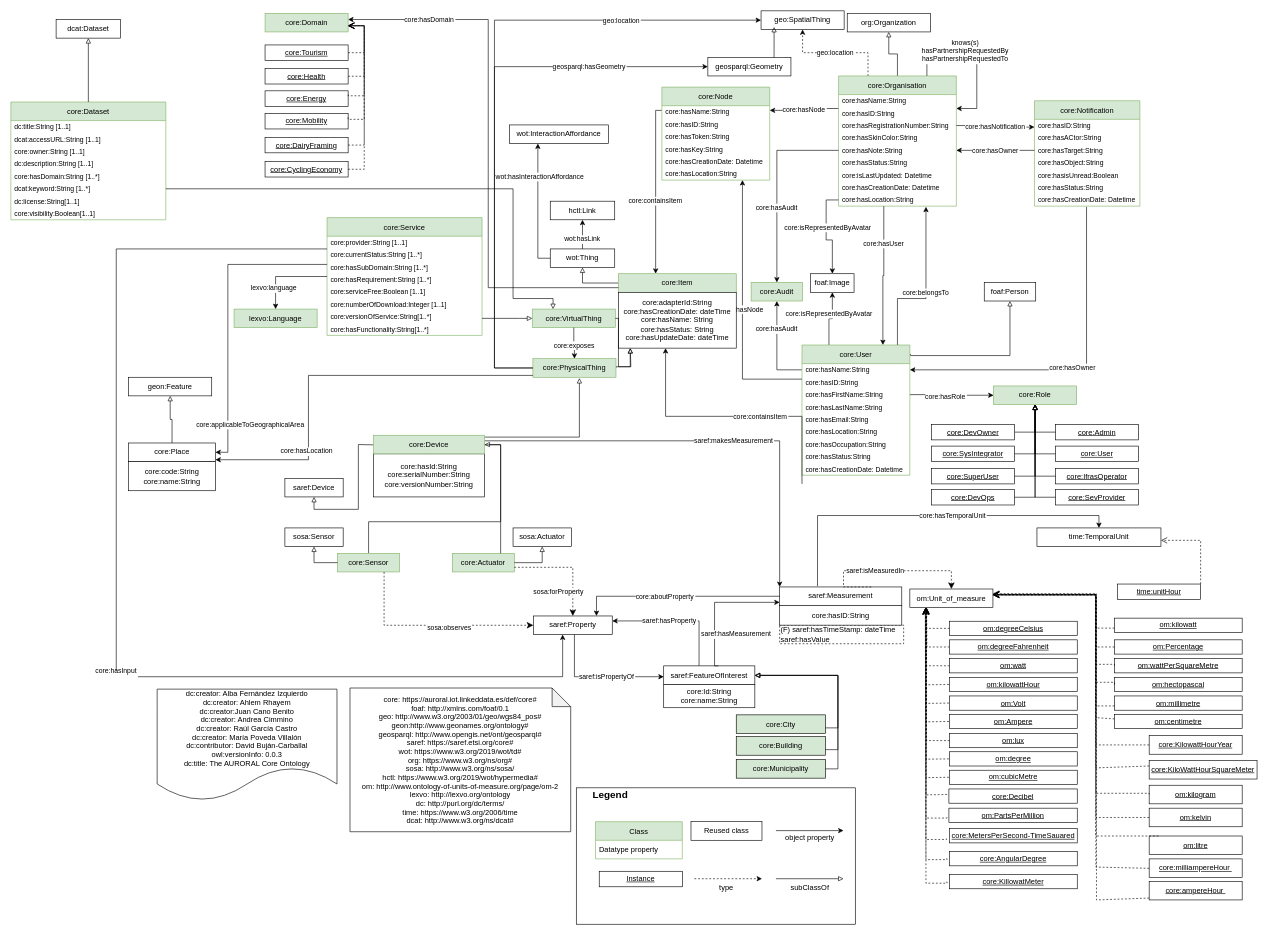
Earlier version of the draw.io diagram page "V2" (1 of 2) of diagrams/core-dataset.drawio (dbujan/auroral-core-ontology-v2). Source tidied: cells renumbered, new cells numbered last; positions are measured from the earlier drawing's top-left corner, leaving out a move shared by most shapes. Both pictures are drawn from the tidied source at 62%, with x=0, y=0 at pixel (11, 11).
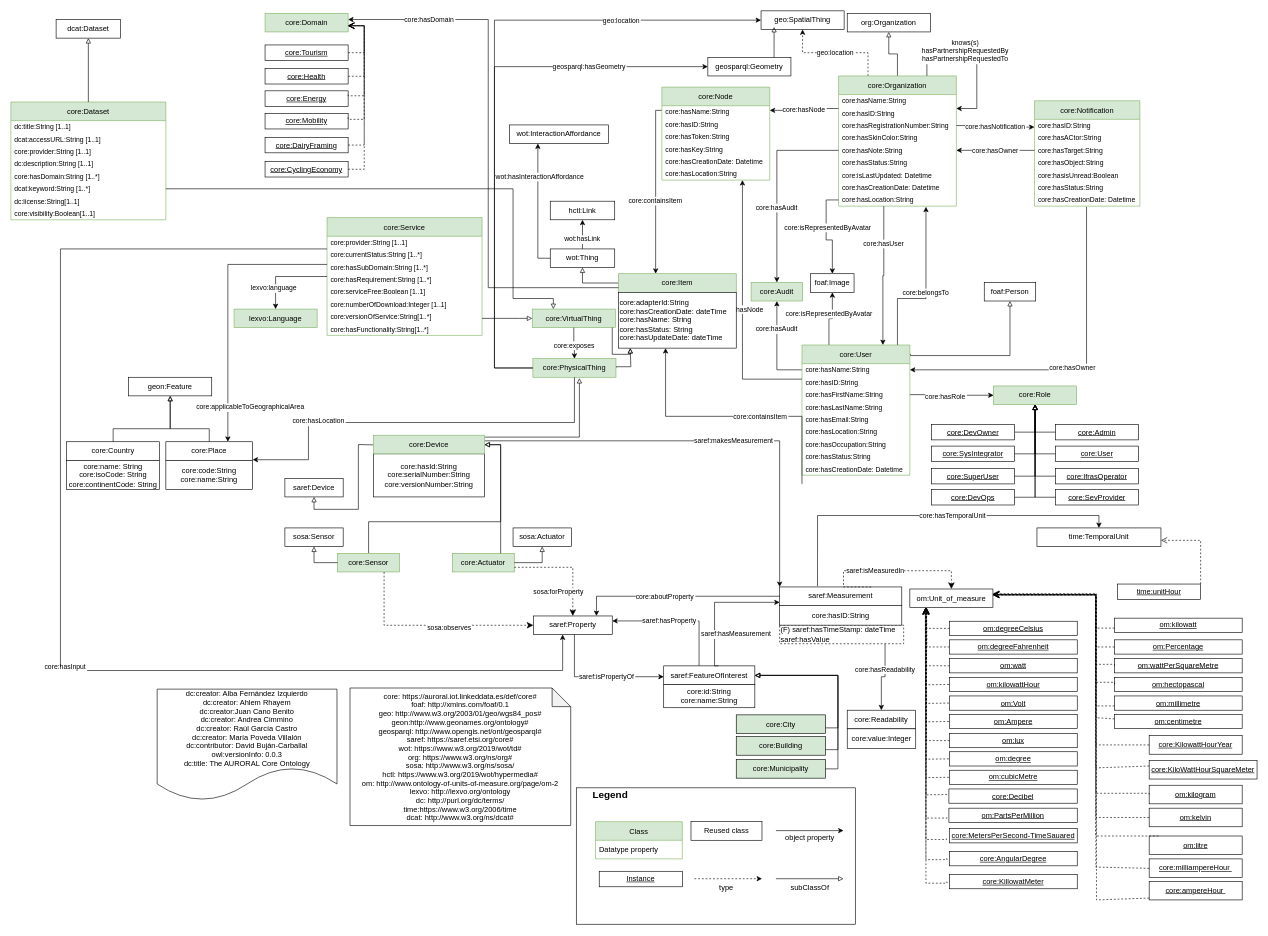
Above is the later version.

Commit message (it also covers changes not shown here):
Updated core-dataset files

Unchanged cells that the change refers to:
```xml
<mxCell id="105" value="core:Sensor" style="rounded=0;whiteSpace=wrap;html=1;fillColor=#d5e8d4;strokeColor=#82b366;" parent="1" vertex="1">
  <mxGeometry x="527" y="875" width="100" height="30" as="geometry" />
</mxCell>
<mxCell id="112" value="saref:Property" style="rounded=0;whiteSpace=wrap;html=1;points=[[0.1,0],[0.2,0],[0.3,0],[0.4,0],[0.5,0],[0.6,0],[0.7,0],[0.8,0],[0.9,0],[0,0.1],[0,0.3],[0,0.5],[0,0.7],[0,0.9],[0.1,1],[0.2,1],[0.3,1],[0.4,1],[0.5,1],[0.6,1],[0.7,1],[0.8,1],[0.9,1],[1,0.1],[1,0.3],[1,0.5],[1,0.7],[1,0.9]];" parent="1" vertex="1">
  <mxGeometry x="842.8" y="976" width="127.2" height="30" as="geometry" />
</mxCell>
<mxCell id="121" value="(F) saref:hasTimeStamp: dateTime&lt;br&gt;saref:hasValue" style="rounded=0;whiteSpace=wrap;html=1;snapToPoint=1;points=[[0.1,0],[0.2,0],[0.3,0],[0.4,0],[0.5,0],[0.6,0],[0.7,0],[0.8,0],[0.9,0],[0,0.1],[0,0.3],[0,0.5],[0,0.7],[0,0.9],[0.1,1],[0.2,1],[0.3,1],[0.4,1],[0.5,1],[0.6,1],[0.7,1],[0.8,1],[0.9,1],[1,0.1],[1,0.3],[1,0.5],[1,0.7],[1,0.9]];dashed=1;align=left;" parent="1" vertex="1">
  <mxGeometry x="1240" y="990.8" width="200" height="30" as="geometry" />
</mxCell>
<mxCell id="152" value="core:Service" style="swimlane;fontStyle=0;horizontal=1;startSize=30;fillColor=#d5e8d4;strokeColor=#82b366;" parent="1" vertex="1">
  <mxGeometry x="510" y="333.5" width="250" height="190" as="geometry" />
</mxCell>
<mxCell id="161" value="core:VirtualThing" style="rounded=0;whiteSpace=wrap;html=1;fillColor=#d5e8d4;strokeColor=#82b366;" parent="1" vertex="1">
  <mxGeometry x="841" y="481" width="134" height="30" as="geometry" />
</mxCell>
<mxCell id="162" value="core:PhysicalThing" style="rounded=0;whiteSpace=wrap;html=1;fillColor=#d5e8d4;strokeColor=#82b366;" parent="1" vertex="1">
  <mxGeometry x="842" y="561" width="134" height="30" as="geometry" />
</mxCell>
<mxCell id="171" value="core:hasId:String&lt;br&gt;core:serialNumber:String&lt;br&gt;core:versionNumber:String" style="rounded=0;whiteSpace=wrap;html=1;snapToPoint=1;points=[[0.1,0],[0.2,0],[0.3,0],[0.4,0],[0.5,0],[0.6,0],[0.7,0],[0.8,0],[0.9,0],[0,0.1],[0,0.3],[0,0.5],[0,0.7],[0,0.9],[0.1,1],[0.2,1],[0.3,1],[0.4,1],[0.5,1],[0.6,1],[0.7,1],[0.8,1],[0.9,1],[1,0.1],[1,0.3],[1,0.5],[1,0.7],[1,0.9]];" parent="1" vertex="1">
  <mxGeometry x="585" y="714.5" width="179" height="69.5" as="geometry" />
</mxCell>
<mxCell id="172" value="core:Device" style="rounded=0;whiteSpace=wrap;html=1;snapToPoint=1;points=[[0.1,0],[0.2,0],[0.3,0],[0.4,0],[0.5,0],[0.6,0],[0.7,0],[0.8,0],[0.9,0],[0,0.1],[0,0.3],[0,0.5],[0,0.7],[0,0.9],[0.1,1],[0.2,1],[0.3,1],[0.4,1],[0.5,1],[0.6,1],[0.7,1],[0.8,1],[0.9,1],[1,0.1],[1,0.3],[1,0.5],[1,0.7],[1,0.9]];fillColor=#d5e8d4;strokeColor=#82b366;" parent="1" vertex="1">
  <mxGeometry x="585" y="684.5" width="179" height="30" as="geometry" />
</mxCell>
<mxCell id="174" value="geon:Feature" style="rounded=0;whiteSpace=wrap;html=1;" parent="1" vertex="1">
  <mxGeometry x="190" y="591" width="134" height="30" as="geometry" />
</mxCell>
<mxCell id="243" value="core:Dataset" style="swimlane;fontStyle=0;horizontal=1;startSize=30;fillColor=#d5e8d4;strokeColor=#82b366;" parent="1" vertex="1">
  <mxGeometry y="147" width="250" height="190" as="geometry" />
</mxCell>
```

Diff of the diagram source:
```diff
@@
-    <mxCell id="5" value="core: https://auroral.iot.linkeddata.es/def/core#&#10;foaf: http://xmlns.com/foaf/0.1&#10;geo: http://www.w3.org/2003/01/geo/wgs84_pos#&#10;geon:http://www.geonames.org/ontology#&#10;geosparql: http://www.opengis.net/ont/geosparql#&#10;saref: https://saref.etsi.org/core#&#10;wot: https://www.w3.org/2019/wot/td#&#10;org: https://www.w3.org/ns/org#&#10;sosa: http://www.w3.org/ns/sosa/&#10;hctl: https://www.w3.org/2019/wot/hypermedia#&#10;om: http://www.ontology-of-units-of-measure.org/page/om-2&#10;lexvo: http://lexvo.org/ontology&#10;dc: http://purl.org/dc/terms/&#10;time: https://www.w3.org/2006/time&#10;dcat: http://www.w3.org/ns/dcat#" style="shape=note;backgroundOutline=1;darkOpacity=0.05;" parent="1" vertex="1">
-      <mxGeometry x="547" y="1092.2" width="356" height="231.8" as="geometry" />
+    <mxCell id="5" value="core: https://auroral.iot.linkeddata.es/def/core#&#10;foaf: http://xmlns.com/foaf/0.1&#10;geo: http://www.w3.org/2003/01/geo/wgs84_pos#&#10;geon:http://www.geonames.org/ontology#&#10;geosparql: http://www.opengis.net/ont/geosparql#&#10;saref: https://saref.etsi.org/core#&#10;wot: https://www.w3.org/2019/wot/td#&#10;org: https://www.w3.org/ns/org#&#10;sosa: http://www.w3.org/ns/sosa/&#10;hctl: https://www.w3.org/2019/wot/hypermedia#&#10;om: http://www.ontology-of-units-of-measure.org/page/om-2&#10;lexvo: http://lexvo.org/ontology&#10;dc: http://purl.org/dc/terms/&#10;time:https://www.w3.org/2006/time&#10;dcat: http://www.w3.org/ns/dcat#" style="shape=note;backgroundOutline=1;darkOpacity=0.05;" parent="1" vertex="1">
+      <mxGeometry x="547" y="1092.2" width="356" height="221.8" as="geometry" />
     </mxCell>
@@
-    <mxCell id="9" value="core:Organisation" style="swimlane;fontStyle=0;horizontal=1;startSize=30;fillColor=#d5e8d4;strokeColor=#82b366;" parent="1" vertex="1">
+    <mxCell id="9" value="core:Organization" style="swimlane;fontStyle=0;horizontal=1;startSize=30;fillColor=#d5e8d4;strokeColor=#82b366;" parent="1" vertex="1">
       <mxGeometry x="1335" y="105" width="190" height="210" as="geometry" />
     </mxCell>
@@
-    <mxCell id="104" style="edgeStyle=orthogonalEdgeStyle;rounded=0;jettySize=auto;html=1;exitX=0.5;exitY=0;exitDx=0;exitDy=0;fontSize=11;endArrow=block;endFill=0;entryX=0.5;entryY=1;entryDx=0;entryDy=0;" parent="1" edge="1" source="105" target="171">
+    <mxCell id="104" style="edgeStyle=orthogonalEdgeStyle;rounded=0;jettySize=auto;html=1;exitX=0.5;exitY=0;exitDx=0;exitDy=0;fontSize=11;endArrow=block;endFill=0;" parent="1" edge="1" source="105" target="172">
       <mxGeometry relative="1" as="geometry">
         <Array as="points">
           <mxPoint x="577" y="824" />
           <mxPoint x="790" y="824" />
           <mxPoint x="790" y="700" />
-          <mxPoint x="675" y="700" />
         </Array>
       </mxGeometry>
     </mxCell>
@@
+    <mxCell id="255" style="edgeStyle=orthogonalEdgeStyle;rounded=0;jettySize=auto;html=1;exitX=0.85;exitY=0.842;exitDx=0;exitDy=0;exitPerimeter=0;" parent="1" edge="1" source="121" target="257">
+      <mxGeometry relative="1" as="geometry">
+        <Array as="points">
+          <mxPoint x="1410" y="1074" />
+          <mxPoint x="1404" y="1074" />
+        </Array>
+      </mxGeometry>
+    </mxCell>
+    <mxCell id="256" value="core:hasReadability" style="edgeLabel;html=1;align=center;verticalAlign=middle;" parent="255" vertex="1">
+      <mxGeometry x="-0.22" y="-1" relative="1" as="geometry" />
+    </mxCell>
@@
     <mxCell id="166" value="core:hasInput&#10;" style="edgeStyle=orthogonalEdgeStyle;rounded=0;jettySize=auto;fontSize=11;endArrow=classic;endFill=1;" parent="1" edge="1" source="152" target="112">
       <mxGeometry x="0.13" relative="1" as="geometry">
         <Array as="points">
-          <mxPoint x="170" y="384" />
-          <mxPoint x="170" y="1074" />
-          <mxPoint x="890" y="1074" />
+          <mxPoint x="80" y="384" />
+          <mxPoint x="80" y="1064" />
+          <mxPoint x="890" y="1064" />
         </Array>
       </mxGeometry>
     </mxCell>
@@
     <mxCell id="177" value="core:Place" style="rounded=0;whiteSpace=wrap;html=1;" parent="1" vertex="1">
-      <mxGeometry x="190" y="697" width="140" height="30" as="geometry" />
+      <mxGeometry x="250" y="695" width="140" height="30" as="geometry" />
     </mxCell>
     <mxCell id="178" style="edgeStyle=orthogonalEdgeStyle;rounded=0;jettySize=auto;html=1;exitX=0.5;exitY=0;exitDx=0;exitDy=0;fontSize=11;endArrow=block;endFill=0;" parent="1" edge="1" source="177" target="174">
-      <mxGeometry relative="1" as="geometry" />
+      <mxGeometry relative="1" as="geometry">
+        <Array as="points">
+          <mxPoint x="320" y="674" />
+          <mxPoint x="257" y="674" />
+        </Array>
+      </mxGeometry>
     </mxCell>
@@
-    <mxCell id="198" value="core:adapterId:String&lt;br&gt;core:hasCreationDate: dateTime&lt;br&gt;core:hasName: String&lt;br&gt;core:hasStatus: String&lt;br&gt;core:hasUpdateDate: dateTime" style="rounded=0;whiteSpace=wrap;html=1;snapToPoint=1;points=[[0.1,0],[0.2,0],[0.3,0],[0.4,0],[0.5,0],[0.6,0],[0.7,0],[0.8,0],[0.9,0],[0,0.1],[0,0.3],[0,0.5],[0,0.7],[0,0.9],[0.1,1],[0.2,1],[0.3,1],[0.4,1],[0.5,1],[0.6,1],[0.7,1],[0.8,1],[0.9,1],[1,0.1],[1,0.3],[1,0.5],[1,0.7],[1,0.9]];" parent="1" vertex="1">
+    <mxCell id="198" value="core:adapterId:String&lt;br&gt;core:hasCreationDate: dateTime&lt;br&gt;core:hasName: String&lt;br&gt;core:hasStatus: String&lt;br&gt;core:hasUpdateDate: dateTime" style="rounded=0;whiteSpace=wrap;html=1;snapToPoint=1;points=[[0.1,0],[0.2,0],[0.3,0],[0.4,0],[0.5,0],[0.6,0],[0.7,0],[0.8,0],[0.9,0],[0,0.1],[0,0.3],[0,0.5],[0,0.7],[0,0.9],[0.1,1],[0.2,1],[0.3,1],[0.4,1],[0.5,1],[0.6,1],[0.7,1],[0.8,1],[0.9,1],[1,0.1],[1,0.3],[1,0.5],[1,0.7],[1,0.9]];align=left;" parent="1" vertex="1">
       <mxGeometry x="980" y="454" width="190" height="90" as="geometry" />
     </mxCell>
     <mxCell id="199" style="edgeStyle=orthogonalEdgeStyle;rounded=0;jettySize=auto;html=1;fontSize=11;endArrow=block;endFill=0;entryX=0.1;entryY=1;entryDx=0;entryDy=0;" parent="1" edge="1" source="161" target="198">
       <mxGeometry relative="1" as="geometry">
         <Array as="points">
-          <mxPoint x="980" y="496" />
-          <mxPoint x="980" y="574" />
-          <mxPoint x="999" y="574" />
+          <mxPoint x="970" y="554" />
+          <mxPoint x="999" y="554" />
         </Array>
       </mxGeometry>
     </mxCell>
@@
-    <mxCell id="229" value="core:Id:String&lt;br&gt;core:name:String" style="rounded=0;whiteSpace=wrap;html=1;" parent="1" vertex="1">
+    <mxCell id="229" value="core:id:String&lt;br&gt;core:name:String" style="rounded=0;whiteSpace=wrap;html=1;" parent="1" vertex="1">
       <mxGeometry x="1053" y="1086.5" width="147" height="37.5" as="geometry" />
     </mxCell>
@@
     <mxCell id="237" style="edgeStyle=orthogonalEdgeStyle;rounded=0;jettySize=auto;html=1;fontSize=11;endArrow=classic;endFill=1;" parent="1" edge="1" source="162" target="177">
       <mxGeometry relative="1" as="geometry">
         <Array as="points">
-          <mxPoint x="480" y="588" />
+          <mxPoint x="909" y="664" />
+          <mxPoint x="480" y="664" />
           <mxPoint x="480" y="724" />
         </Array>
       </mxGeometry>
     </mxCell>
@@
     <mxCell id="239" value="core:code:String&lt;br&gt;core:name:String&lt;br&gt;" style="rounded=0;whiteSpace=wrap;html=1;" parent="1" vertex="1">
-      <mxGeometry x="190" y="727" width="140" height="47" as="geometry" />
+      <mxGeometry x="250" y="725" width="140" height="47" as="geometry" />
     </mxCell>
@@
+    <mxCell id="257" value="core:Readability" style="rounded=0;whiteSpace=wrap;html=1;points=[[0.1,0],[0.2,0],[0.3,0],[0.4,0],[0.5,0],[0.6,0],[0.7,0],[0.8,0],[0.9,0],[0,0.1],[0,0.3],[0,0.5],[0,0.7],[0,0.9],[0.1,1],[0.2,1],[0.3,1],[0.4,1],[0.5,1],[0.6,1],[0.7,1],[0.8,1],[0.9,1],[1,0.1],[1,0.3],[1,0.5],[1,0.7],[1,0.9]];" parent="1" vertex="1">
+      <mxGeometry x="1349" y="1128" width="110" height="30" as="geometry" />
+    </mxCell>
+    <mxCell id="258" value="core:value:Integer" style="rounded=0;whiteSpace=wrap;html=1;" parent="1" vertex="1">
+      <mxGeometry x="1349" y="1158" width="110.5" height="32" as="geometry" />
+    </mxCell>
+    <mxCell id="259" value="core:Country" style="rounded=0;whiteSpace=wrap;html=1;" parent="1" vertex="1">
+      <mxGeometry x="90" y="695" width="150" height="30" as="geometry" />
+    </mxCell>
+    <mxCell id="260" value="core:name: String&lt;br&gt;core:isoCode: String&lt;br&gt;core:continentCode: String" style="rounded=0;whiteSpace=wrap;html=1;" parent="1" vertex="1">
+      <mxGeometry x="90" y="725" width="150" height="47" as="geometry" />
+    </mxCell>
+    <mxCell id="261" style="edgeStyle=orthogonalEdgeStyle;rounded=0;jettySize=auto;html=1;exitX=0.5;exitY=0;exitDx=0;exitDy=0;fontSize=11;endArrow=block;endFill=0;" parent="1" edge="1" source="259" target="174">
+      <mxGeometry relative="1" as="geometry">
+        <Array as="points">
+          <mxPoint x="165" y="674" />
+          <mxPoint x="257" y="674" />
+        </Array>
+      </mxGeometry>
+    </mxCell>
@@
-    <mxCell id="246" value="core:owner:String [1..1]" style="text;strokeColor=none;fillColor=none;align=left;verticalAlign=middle;spacingLeft=4;spacingRight=4;overflow=hidden;fontSize=11;" parent="243" vertex="1">
-      <mxGeometry y="70" width="250" height="20" as="geometry" />
-    </mxCell>
+    <mxCell id="262" value="core:provider:String [1..1]" style="text;strokeColor=none;fillColor=none;align=left;verticalAlign=middle;spacingLeft=4;spacingRight=4;overflow=hidden;fontSize=11;" parent="243" vertex="1">
+      <mxGeometry y="70" width="250" height="20" as="geometry" />
+    </mxCell>
@@
-    <mxCell id="254" style="edgeStyle=orthogonalEdgeStyle;rounded=0;jettySize=auto;html=1;fontSize=11;endArrow=block;endFill=0;exitX=1;exitY=0.5;exitDx=0;exitDy=0;entryX=0.25;entryY=0;entryDx=0;entryDy=0;" parent="1" edge="1" target="161">
-      <mxGeometry relative="1" as="geometry">
-        <mxPoint x="250" y="287" as="sourcePoint" />
-        <Array as="points">
-          <mxPoint x="810" y="287" />
-          <mxPoint x="810" y="464" />
-          <mxPoint x="875" y="464" />
-        </Array>
-      </mxGeometry>
-    </mxCell>
+    <mxCell id="263" style="edgeStyle=orthogonalEdgeStyle;rounded=0;orthogonalLoop=1;jettySize=auto;html=1;fontSize=11;endArrow=block;endFill=0;exitX=1;exitY=0.5;exitDx=0;exitDy=0;entryX=0.25;entryY=0;entryDx=0;entryDy=0;" parent="1" edge="1">
+      <mxGeometry relative="1" as="geometry">
+        <mxPoint x="250" y="287" as="sourcePoint" />
+        <mxPoint x="875" y="481" as="targetPoint" />
+        <Array as="points">
+          <mxPoint x="810" y="287" />
+          <mxPoint x="810" y="464" />
+          <mxPoint x="875" y="464" />
+        </Array>
+      </mxGeometry>
+    </mxCell>
```
